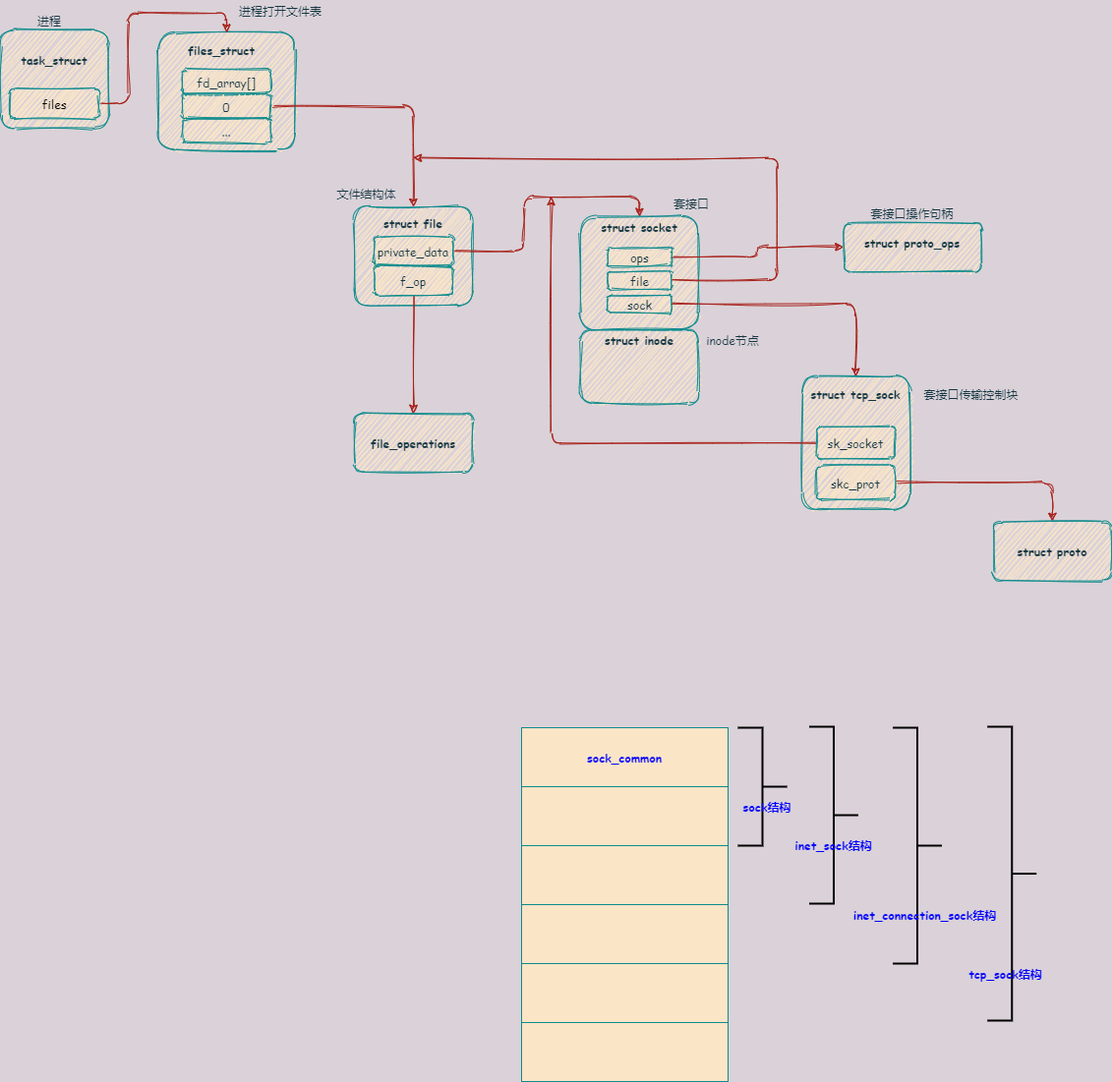
Before: net/tcpip-22.png, a diagram exported from draw.io (aizsfgk/cdn). Source tidied: cells renumbered, new cells last; positions are measured from the earlier drawing's top-left corner, leaving out a move shared by most shapes.
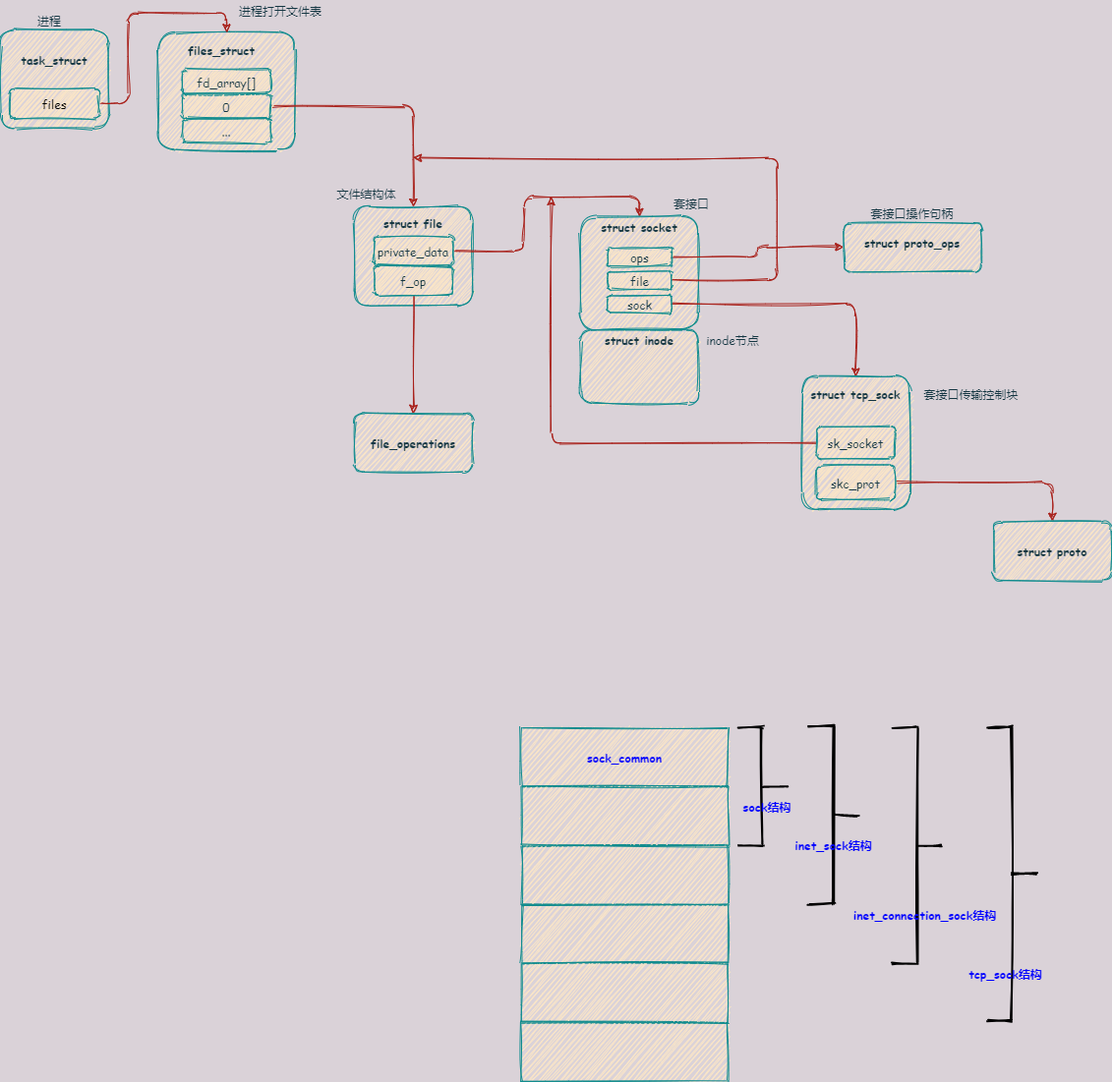
The same diagram one commit later.

Diff of the diagram source:
```diff
@@ -139,46 +139,46 @@
     <mxCell id="44" value="inode节点" style="text;html=1;strokeColor=none;fillColor=none;align=center;verticalAlign=middle;whiteSpace=wrap;comic=1;fontFamily=Comic Sans MS;fontColor=#143642;rounded=1;sketch=1;" parent="1" vertex="1">
       <mxGeometry x="710" y="335" width="70" height="20" as="geometry" />
     </mxCell>
-    <mxCell id="45" value="sock_common" style="rounded=0;whiteSpace=wrap;html=1;sketch=0;strokeColor=#0F8B8D;fillColor=#FAE5C7;fontFamily=Comic Sans MS;fontStyle=1;fontColor=#0000FF;" parent="1" vertex="1">
+    <mxCell id="45" value="sock_common" style="rounded=0;whiteSpace=wrap;html=1;sketch=1;strokeColor=#0F8B8D;fillColor=#FAE5C7;fontFamily=Comic Sans MS;fontStyle=1;fontColor=#0000FF;comic=1;" parent="1" vertex="1">
       <mxGeometry x="530" y="740" width="210" height="60" as="geometry" />
     </mxCell>
-    <mxCell id="46" style="rounded=0;whiteSpace=wrap;html=1;sketch=0;strokeColor=#0F8B8D;fillColor=#FAE5C7;fontFamily=Comic Sans MS;fontStyle=1;fontColor=#0000FF;" parent="1" vertex="1">
+    <mxCell id="46" style="rounded=0;whiteSpace=wrap;html=1;sketch=1;strokeColor=#0F8B8D;fillColor=#FAE5C7;fontFamily=Comic Sans MS;fontStyle=1;fontColor=#0000FF;comic=1;" parent="1" vertex="1">
       <mxGeometry x="530" y="800" width="210" height="60" as="geometry" />
     </mxCell>
-    <mxCell id="47" style="rounded=0;whiteSpace=wrap;html=1;sketch=0;strokeColor=#0F8B8D;fillColor=#FAE5C7;fontFamily=Comic Sans MS;fontStyle=1;fontColor=#0000FF;" parent="1" vertex="1">
+    <mxCell id="47" style="rounded=0;whiteSpace=wrap;html=1;sketch=1;strokeColor=#0F8B8D;fillColor=#FAE5C7;fontFamily=Comic Sans MS;fontStyle=1;fontColor=#0000FF;comic=1;" parent="1" vertex="1">
       <mxGeometry x="530" y="860" width="210" height="60" as="geometry" />
     </mxCell>
-    <mxCell id="48" style="rounded=0;whiteSpace=wrap;html=1;sketch=0;strokeColor=#0F8B8D;fillColor=#FAE5C7;fontFamily=Comic Sans MS;fontStyle=1;fontColor=#0000FF;" parent="1" vertex="1">
+    <mxCell id="48" style="rounded=0;whiteSpace=wrap;html=1;sketch=1;strokeColor=#0F8B8D;fillColor=#FAE5C7;fontFamily=Comic Sans MS;fontStyle=1;fontColor=#0000FF;comic=1;" parent="1" vertex="1">
       <mxGeometry x="530" y="920" width="210" height="60" as="geometry" />
     </mxCell>
-    <mxCell id="49" style="rounded=0;whiteSpace=wrap;html=1;sketch=0;strokeColor=#0F8B8D;fillColor=#FAE5C7;fontFamily=Comic Sans MS;fontStyle=1;fontColor=#0000FF;" parent="1" vertex="1">
+    <mxCell id="49" style="rounded=0;whiteSpace=wrap;html=1;sketch=1;strokeColor=#0F8B8D;fillColor=#FAE5C7;fontFamily=Comic Sans MS;fontStyle=1;fontColor=#0000FF;comic=1;" parent="1" vertex="1">
       <mxGeometry x="530" y="980" width="210" height="60" as="geometry" />
     </mxCell>
-    <mxCell id="50" style="rounded=0;whiteSpace=wrap;html=1;sketch=0;strokeColor=#0F8B8D;fillColor=#FAE5C7;fontFamily=Comic Sans MS;fontStyle=1;fontColor=#0000FF;" parent="1" vertex="1">
+    <mxCell id="50" style="rounded=0;whiteSpace=wrap;html=1;sketch=1;strokeColor=#0F8B8D;fillColor=#FAE5C7;fontFamily=Comic Sans MS;fontStyle=1;fontColor=#0000FF;comic=1;" parent="1" vertex="1">
       <mxGeometry x="530" y="1040" width="210" height="60" as="geometry" />
     </mxCell>
-    <mxCell id="51" style="strokeWidth=2;html=1;shape=mxgraph.flowchart.annotation_2;align=left;labelPosition=right;rounded=0;sketch=0;fillColor=#FAE5C7;rotation=-180;fontFamily=Comic Sans MS;fontStyle=1;fontColor=#0000FF;" parent="1" vertex="1">
+    <mxCell id="51" style="strokeWidth=2;html=1;shape=mxgraph.flowchart.annotation_2;align=left;labelPosition=right;rounded=0;sketch=1;fillColor=#FAE5C7;rotation=-180;fontFamily=Comic Sans MS;fontStyle=1;fontColor=#0000FF;comic=1;" parent="1" vertex="1">
       <mxGeometry x="750" y="740" width="50" height="120" as="geometry" />
     </mxCell>
-    <mxCell id="52" value="sock结构" style="text;html=1;strokeColor=none;fillColor=none;align=center;verticalAlign=middle;whiteSpace=wrap;rounded=0;sketch=0;fontFamily=Comic Sans MS;fontStyle=1;fontColor=#0000FF;" parent="1" vertex="1">
+    <mxCell id="52" value="sock结构" style="text;html=1;strokeColor=none;fillColor=none;align=center;verticalAlign=middle;whiteSpace=wrap;rounded=0;sketch=1;fontFamily=Comic Sans MS;fontStyle=1;fontColor=#0000FF;comic=1;" parent="1" vertex="1">
       <mxGeometry x="745" y="810" width="70" height="20" as="geometry" />
     </mxCell>
-    <mxCell id="53" style="strokeWidth=2;html=1;shape=mxgraph.flowchart.annotation_2;align=left;labelPosition=right;rounded=0;sketch=0;fillColor=#FAE5C7;rotation=-180;fontFamily=Comic Sans MS;fontStyle=1;fontColor=#0000FF;" parent="1" vertex="1">
+    <mxCell id="53" style="strokeWidth=2;html=1;shape=mxgraph.flowchart.annotation_2;align=left;labelPosition=right;rounded=0;sketch=1;fillColor=#FAE5C7;rotation=-180;fontFamily=Comic Sans MS;fontStyle=1;fontColor=#0000FF;comic=1;" parent="1" vertex="1">
       <mxGeometry x="822.5" y="739" width="50" height="180" as="geometry" />
     </mxCell>
-    <mxCell id="54" value="inet_sock结构" style="text;html=1;strokeColor=none;fillColor=none;align=center;verticalAlign=middle;whiteSpace=wrap;rounded=0;sketch=0;fontFamily=Comic Sans MS;fontStyle=1;fontColor=#0000FF;" parent="1" vertex="1">
+    <mxCell id="54" value="inet_sock结构" style="text;html=1;strokeColor=none;fillColor=none;align=center;verticalAlign=middle;whiteSpace=wrap;rounded=0;sketch=1;fontFamily=Comic Sans MS;fontStyle=1;fontColor=#0000FF;comic=1;" parent="1" vertex="1">
       <mxGeometry x="800" y="849" width="95" height="20" as="geometry" />
     </mxCell>
-    <mxCell id="55" style="strokeWidth=2;html=1;shape=mxgraph.flowchart.annotation_2;align=left;labelPosition=right;rounded=0;sketch=0;fillColor=#FAE5C7;rotation=-180;fontFamily=Comic Sans MS;fontStyle=1;fontColor=#0000FF;" parent="1" vertex="1">
+    <mxCell id="55" style="strokeWidth=2;html=1;shape=mxgraph.flowchart.annotation_2;align=left;labelPosition=right;rounded=0;sketch=1;fillColor=#FAE5C7;rotation=-180;fontFamily=Comic Sans MS;fontStyle=1;fontColor=#0000FF;comic=1;" parent="1" vertex="1">
       <mxGeometry x="907.5" y="740" width="50" height="240" as="geometry" />
     </mxCell>
-    <mxCell id="56" value="inet_connection_sock结构" style="text;html=1;strokeColor=none;fillColor=none;align=center;verticalAlign=middle;whiteSpace=wrap;rounded=0;sketch=0;fontFamily=Comic Sans MS;fontStyle=1;fontColor=#0000FF;" parent="1" vertex="1">
+    <mxCell id="56" value="inet_connection_sock结构" style="text;html=1;strokeColor=none;fillColor=none;align=center;verticalAlign=middle;whiteSpace=wrap;rounded=0;sketch=1;fontFamily=Comic Sans MS;fontStyle=1;fontColor=#0000FF;comic=1;" parent="1" vertex="1">
       <mxGeometry x="861.2" y="920" width="158.8" height="20" as="geometry" />
     </mxCell>
-    <mxCell id="57" style="strokeWidth=2;html=1;shape=mxgraph.flowchart.annotation_2;align=left;labelPosition=right;rounded=0;sketch=0;fillColor=#FAE5C7;rotation=-180;fontFamily=Comic Sans MS;fontStyle=1;fontColor=#0000FF;" parent="1" vertex="1">
+    <mxCell id="57" style="strokeWidth=2;html=1;shape=mxgraph.flowchart.annotation_2;align=left;labelPosition=right;rounded=0;sketch=1;fillColor=#FAE5C7;rotation=-180;fontFamily=Comic Sans MS;fontStyle=1;fontColor=#0000FF;comic=1;" parent="1" vertex="1">
       <mxGeometry x="1003.8" y="739" width="50" height="299" as="geometry" />
     </mxCell>
-    <mxCell id="58" value="tcp_sock结构" style="text;html=1;strokeColor=none;fillColor=none;align=center;verticalAlign=middle;whiteSpace=wrap;rounded=0;sketch=0;fontFamily=Comic Sans MS;fontStyle=1;fontColor=#0000FF;" parent="1" vertex="1">
+    <mxCell id="58" value="tcp_sock结构" style="text;html=1;strokeColor=none;fillColor=none;align=center;verticalAlign=middle;whiteSpace=wrap;rounded=0;sketch=1;fontFamily=Comic Sans MS;fontStyle=1;fontColor=#0000FF;comic=1;" parent="1" vertex="1">
       <mxGeometry x="966.2" y="980" width="112.5" height="20" as="geometry" />
     </mxCell>
   </root>
```
